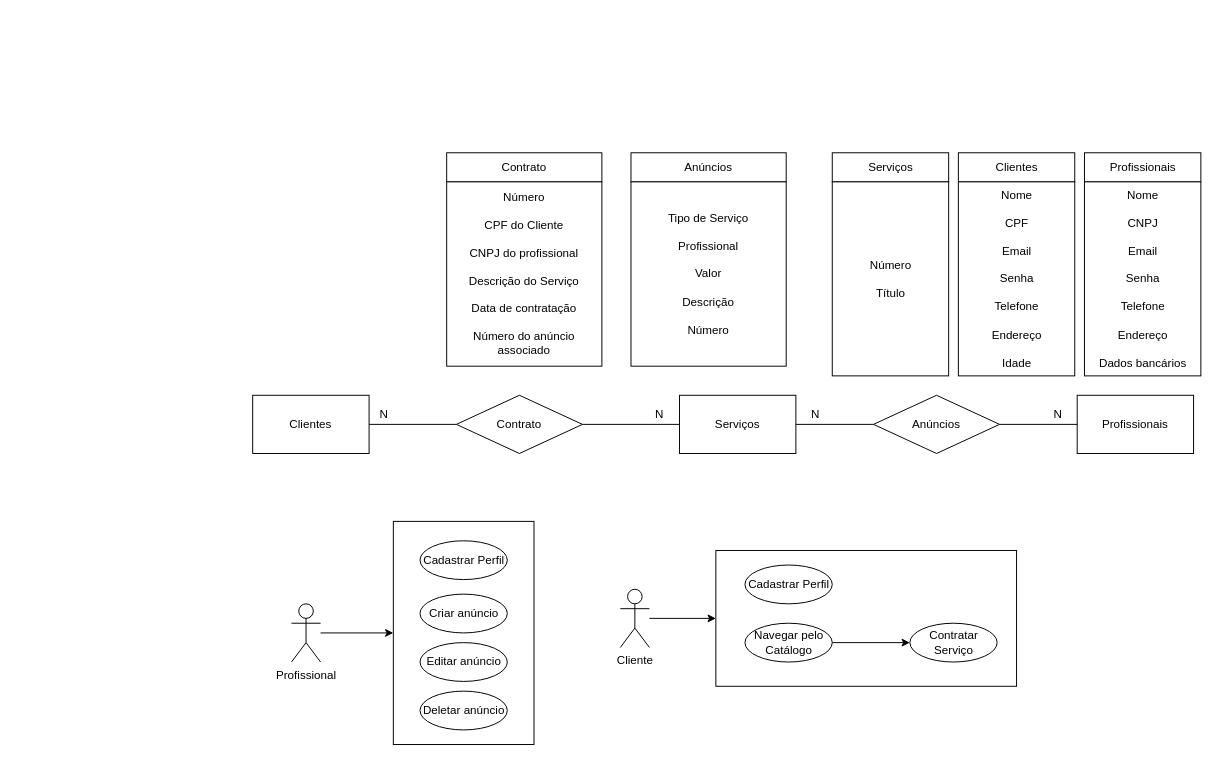
Above: PROJETO_2_WEB/Untitled Diagram.drawio in MAnzolin/FATEC_ADS_NOITE (draw.io), before the change. Source tidied: cells renumbered, new cells numbered last; positions are measured from the earlier drawing's top-left corner, leaving out a move shared by most shapes. Both pictures are drawn from the tidied source at 97%, with x=0, y=0 at pixel (252, 152).
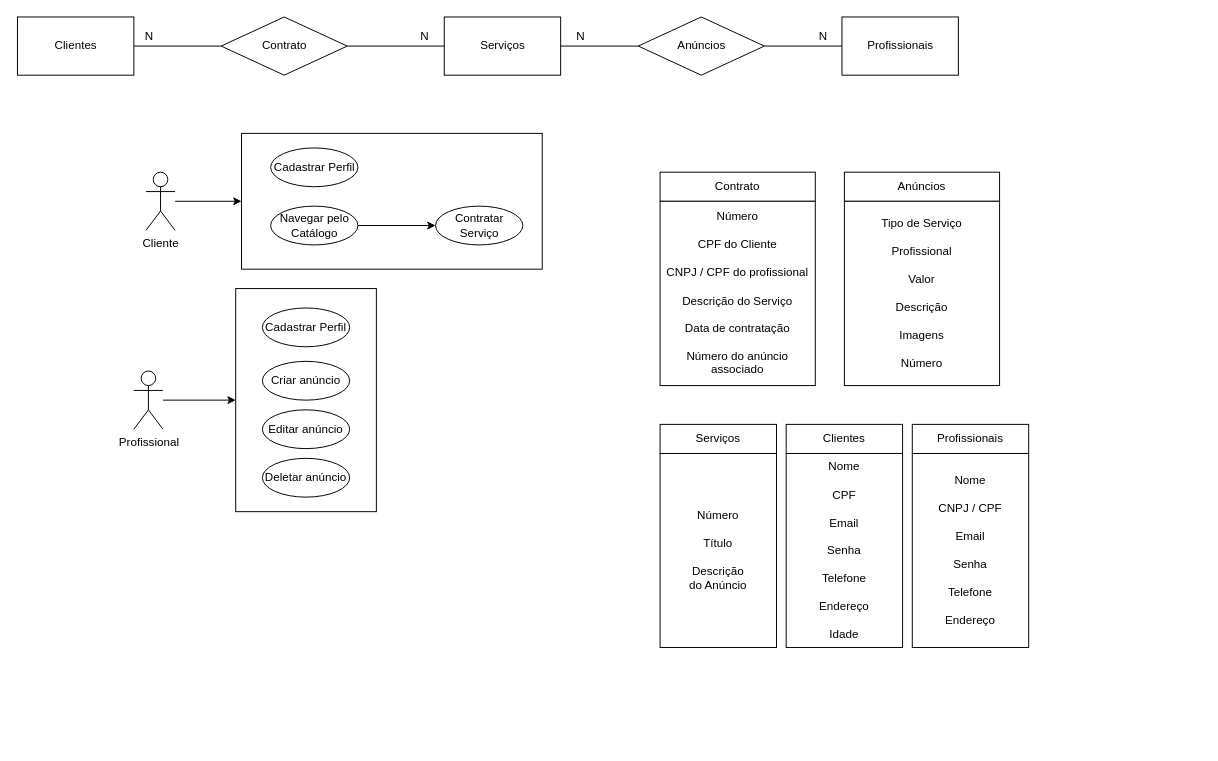
After the change.

What changed in the source:
```diff
@@
-    <mxCell id="2" value="Clientes" style="rounded=0;whiteSpace=wrap;html=1;" parent="1" vertex="1">
-      <mxGeometry x="727.5" width="120" height="30" as="geometry" />
-    </mxCell>
-    <mxCell id="3" style="edgeStyle=orthogonalEdgeStyle;rounded=0;orthogonalLoop=1;jettySize=auto;html=1;exitX=0.5;exitY=1;exitDx=0;exitDy=0;" parent="1" edge="1" source="2" target="2">
-      <mxGeometry relative="1" as="geometry" />
-    </mxCell>
-    <mxCell id="4" value="Nome&lt;br&gt;&lt;br&gt;CPF&lt;br&gt;&lt;br&gt;Email&lt;br&gt;&lt;br&gt;Senha&lt;br&gt;&lt;br&gt;Telefone&lt;br&gt;&lt;br&gt;Endereço&lt;br&gt;&lt;br&gt;Idade" style="rounded=0;whiteSpace=wrap;html=1;" parent="1" vertex="1">
-      <mxGeometry x="727.5" y="30" width="120" height="200" as="geometry" />
-    </mxCell>
-    <mxCell id="5" value="Profissionais" style="rounded=0;whiteSpace=wrap;html=1;" parent="1" vertex="1">
-      <mxGeometry x="857.5" width="120" height="30" as="geometry" />
-    </mxCell>
-    <mxCell id="6" value="Nome&lt;br&gt;&lt;br&gt;CNPJ&lt;br&gt;&lt;br&gt;Email&lt;br&gt;&lt;br&gt;Senha&lt;br&gt;&lt;br&gt;Telefone&lt;br&gt;&lt;br&gt;Endereço&lt;br&gt;&lt;br&gt;Dados bancários" style="rounded=0;whiteSpace=wrap;html=1;" parent="1" vertex="1">
-      <mxGeometry x="857.5" y="30" width="120" height="200" as="geometry" />
-    </mxCell>
-    <mxCell id="7" value="Serviços" style="rounded=0;whiteSpace=wrap;html=1;" parent="1" vertex="1">
-      <mxGeometry x="597.5" width="120" height="30" as="geometry" />
-    </mxCell>
-    <mxCell id="8" style="edgeStyle=orthogonalEdgeStyle;rounded=0;orthogonalLoop=1;jettySize=auto;html=1;exitX=0.5;exitY=1;exitDx=0;exitDy=0;" parent="1" edge="1" source="7" target="7">
-      <mxGeometry relative="1" as="geometry" />
-    </mxCell>
-    <mxCell id="9" value="Número&lt;br&gt;&lt;br&gt;Título" style="rounded=0;whiteSpace=wrap;html=1;" parent="1" vertex="1">
-      <mxGeometry x="597.5" y="30" width="120" height="200" as="geometry" />
-    </mxCell>
-    <mxCell id="10" style="edgeStyle=orthogonalEdgeStyle;rounded=0;orthogonalLoop=1;jettySize=auto;html=1;exitX=0.5;exitY=1;exitDx=0;exitDy=0;" parent="1" edge="1">
-      <mxGeometry relative="1" as="geometry">
-        <mxPoint x="520" y="30" as="sourcePoint" />
-        <mxPoint x="520" y="30" as="targetPoint" />
-      </mxGeometry>
-    </mxCell>
-    <mxCell id="11" value="Anúncios" style="rounded=0;whiteSpace=wrap;html=1;" parent="1" vertex="1">
-      <mxGeometry x="390" width="160" height="30" as="geometry" />
-    </mxCell>
-    <mxCell id="12" style="edgeStyle=orthogonalEdgeStyle;rounded=0;orthogonalLoop=1;jettySize=auto;html=1;exitX=0.5;exitY=1;exitDx=0;exitDy=0;" parent="1" edge="1" source="11" target="11">
-      <mxGeometry relative="1" as="geometry" />
-    </mxCell>
-    <mxCell id="13" value="Tipo de Serviço&lt;br&gt;&lt;br&gt;Profissional&lt;br&gt;&lt;br&gt;Valor&lt;br&gt;&lt;br&gt;Descrição&lt;br&gt;&lt;br&gt;Número" style="rounded=0;whiteSpace=wrap;html=1;" parent="1" vertex="1">
-      <mxGeometry x="390" y="30" width="160" height="190" as="geometry" />
-    </mxCell>
-    <mxCell id="14" value="Contrato" style="rounded=0;whiteSpace=wrap;html=1;" parent="1" vertex="1">
-      <mxGeometry x="200" width="160" height="30" as="geometry" />
-    </mxCell>
-    <mxCell id="15" value="Número&lt;br&gt;&lt;br&gt;CPF do Cliente&lt;br&gt;&lt;br&gt;CNPJ do profissional&lt;br&gt;&lt;br&gt;Descrição do Serviço&lt;br&gt;&lt;br&gt;Data de contratação&lt;br&gt;&lt;br&gt;Número do anúncio associado" style="rounded=0;whiteSpace=wrap;html=1;" parent="1" vertex="1">
-      <mxGeometry x="200" y="30" width="160" height="190" as="geometry" />
-    </mxCell>
     <mxCell id="16" value="Serviços" style="rounded=0;whiteSpace=wrap;html=1;" parent="1" vertex="1">
-      <mxGeometry x="440" y="250" width="120" height="60" as="geometry" />
+      <mxGeometry x="197.5" y="-140" width="120" height="60" as="geometry" />
     </mxCell>
     <mxCell id="17" value="Profissionais" style="rounded=0;whiteSpace=wrap;html=1;" parent="1" vertex="1">
-      <mxGeometry x="850" y="250" width="120" height="60" as="geometry" />
+      <mxGeometry x="607.5" y="-140" width="120" height="60" as="geometry" />
     </mxCell>
@@
     <mxCell id="19" value="Anúncios" style="rhombus;whiteSpace=wrap;html=1;" parent="1" vertex="1">
-      <mxGeometry x="640" y="250" width="130" height="60" as="geometry" />
+      <mxGeometry x="397.5" y="-140" width="130" height="60" as="geometry" />
     </mxCell>
@@
     <mxCell id="21" value="N" style="text;html=1;align=center;verticalAlign=middle;strokeColor=none;" parent="1" vertex="1">
-      <mxGeometry x="570" y="260" width="20" height="20" as="geometry" />
+      <mxGeometry x="327.5" y="-130" width="20" height="20" as="geometry" />
     </mxCell>
     <mxCell id="22" value="N" style="text;html=1;align=center;verticalAlign=middle;strokeColor=none;" parent="1" vertex="1">
-      <mxGeometry x="820" y="260" width="20" height="20" as="geometry" />
+      <mxGeometry x="577.5" y="-130" width="20" height="20" as="geometry" />
     </mxCell>
-    <mxCell id="23" style="edgeStyle=orthogonalEdgeStyle;rounded=0;jettySize=auto;html=1;" parent="1" edge="1" source="24" target="25">
-      <mxGeometry relative="1" as="geometry" />
-    </mxCell>
-    <mxCell id="24" value="Profissional" style="shape=umlActor;verticalLabelPosition=bottom;verticalAlign=top;html=1;outlineConnect=0;" parent="1" vertex="1">
-      <mxGeometry x="40" y="465" width="30" height="60" as="geometry" />
-    </mxCell>
-    <mxCell id="25" style="rounded=0;whiteSpace=wrap;html=1;" parent="1" vertex="1">
-      <mxGeometry x="145" y="380" width="145" height="230" as="geometry" />
-    </mxCell>
@@
     <mxCell id="27" value="Contrato" style="rhombus;whiteSpace=wrap;html=1;" parent="1" vertex="1">
-      <mxGeometry x="210" y="250" width="130" height="60" as="geometry" />
+      <mxGeometry x="-32.5" y="-140" width="130" height="60" as="geometry" />
     </mxCell>
@@
     <mxCell id="29" value="Clientes" style="rounded=0;whiteSpace=wrap;html=1;" parent="1" vertex="1">
-      <mxGeometry y="250" width="120" height="60" as="geometry" />
+      <mxGeometry x="-242.5" y="-140" width="120" height="60" as="geometry" />
     </mxCell>
     <mxCell id="30" value="N" style="text;html=1;align=center;verticalAlign=middle;strokeColor=none;" parent="1" vertex="1">
-      <mxGeometry x="409" y="260" width="20" height="20" as="geometry" />
+      <mxGeometry x="166.5" y="-130" width="20" height="20" as="geometry" />
     </mxCell>
     <mxCell id="31" value="N" style="text;html=1;align=center;verticalAlign=middle;strokeColor=none;" parent="1" vertex="1">
-      <mxGeometry x="125" y="260" width="20" height="20" as="geometry" />
+      <mxGeometry x="-117.5" y="-130" width="20" height="20" as="geometry" />
     </mxCell>
-    <mxCell id="32" value="Cadastrar Perfil" style="ellipse;whiteSpace=wrap;html=1;" parent="1" vertex="1">
-      <mxGeometry x="172.5" y="400" width="90" height="40" as="geometry" />
-    </mxCell>
+    <mxCell id="2" value="Clientes" style="rounded=0;whiteSpace=wrap;html=1;" parent="1" vertex="1">
+      <mxGeometry x="550" y="280" width="120" height="30" as="geometry" />
+    </mxCell>
+    <mxCell id="3" style="edgeStyle=orthogonalEdgeStyle;rounded=0;orthogonalLoop=1;jettySize=auto;html=1;exitX=0.5;exitY=1;exitDx=0;exitDy=0;" parent="1" edge="1" source="2" target="2">
+      <mxGeometry relative="1" as="geometry" />
+    </mxCell>
+    <mxCell id="4" value="Nome&lt;br&gt;&lt;br&gt;CPF&lt;br&gt;&lt;br&gt;Email&lt;br&gt;&lt;br&gt;Senha&lt;br&gt;&lt;br&gt;Telefone&lt;br&gt;&lt;br&gt;Endereço&lt;br&gt;&lt;br&gt;Idade" style="rounded=0;whiteSpace=wrap;html=1;" parent="1" vertex="1">
+      <mxGeometry x="550" y="310" width="120" height="200" as="geometry" />
+    </mxCell>
+    <mxCell id="5" value="Profissionais" style="rounded=0;whiteSpace=wrap;html=1;" parent="1" vertex="1">
+      <mxGeometry x="680" y="280" width="120" height="30" as="geometry" />
+    </mxCell>
+    <mxCell id="43" value="Nome&lt;br&gt;&lt;br&gt;CNPJ / CPF&lt;br&gt;&lt;br&gt;Email&lt;br&gt;&lt;br&gt;Senha&lt;br&gt;&lt;br&gt;Telefone&lt;br&gt;&lt;br&gt;Endereço" style="rounded=0;whiteSpace=wrap;html=1;" parent="1" vertex="1">
+      <mxGeometry x="680" y="310" width="120" height="200" as="geometry" />
+    </mxCell>
+    <mxCell id="7" value="Serviços" style="rounded=0;whiteSpace=wrap;html=1;" parent="1" vertex="1">
+      <mxGeometry x="420" y="280" width="120" height="30" as="geometry" />
+    </mxCell>
+    <mxCell id="8" style="edgeStyle=orthogonalEdgeStyle;rounded=0;orthogonalLoop=1;jettySize=auto;html=1;exitX=0.5;exitY=1;exitDx=0;exitDy=0;" parent="1" edge="1" source="7" target="7">
+      <mxGeometry relative="1" as="geometry" />
+    </mxCell>
+    <mxCell id="44" value="Número&lt;br&gt;&lt;br&gt;Título&lt;br&gt;&lt;br&gt;Descrição &lt;br&gt;do Anúncio" style="rounded=0;whiteSpace=wrap;html=1;" parent="1" vertex="1">
+      <mxGeometry x="420" y="310" width="120" height="200" as="geometry" />
+    </mxCell>
+    <mxCell id="45" style="edgeStyle=orthogonalEdgeStyle;rounded=0;jettySize=auto;html=1;" parent="1" edge="1" source="24" target="46">
+      <mxGeometry relative="1" as="geometry" />
+    </mxCell>
+    <mxCell id="24" value="Profissional" style="shape=umlActor;verticalLabelPosition=bottom;verticalAlign=top;html=1;outlineConnect=0;" parent="1" vertex="1">
+      <mxGeometry x="-122.5" y="225" width="30" height="60" as="geometry" />
+    </mxCell>
+    <mxCell id="46" style="rounded=0;whiteSpace=wrap;html=1;" parent="1" vertex="1">
+      <mxGeometry x="-17.5" y="140" width="145" height="230" as="geometry" />
+    </mxCell>
+    <mxCell id="47" value="Cadastrar Perfil" style="ellipse;whiteSpace=wrap;html=1;" parent="1" vertex="1">
+      <mxGeometry x="10" y="160" width="90" height="40" as="geometry" />
+    </mxCell>
     <mxCell id="33" value="Criar anúncio" style="ellipse;whiteSpace=wrap;html=1;" parent="1" vertex="1">
-      <mxGeometry x="172.5" y="455" width="90" height="40" as="geometry" />
+      <mxGeometry x="10" y="215" width="90" height="40" as="geometry" />
     </mxCell>
     <mxCell id="34" value="Deletar anúncio" style="ellipse;whiteSpace=wrap;html=1;" parent="1" vertex="1">
-      <mxGeometry x="172.5" y="555" width="90" height="40" as="geometry" />
+      <mxGeometry x="10" y="315" width="90" height="40" as="geometry" />
     </mxCell>
     <mxCell id="35" value="Editar anúncio" style="ellipse;whiteSpace=wrap;html=1;" parent="1" vertex="1">
-      <mxGeometry x="172.5" y="505" width="90" height="40" as="geometry" />
+      <mxGeometry x="10" y="265" width="90" height="40" as="geometry" />
     </mxCell>
-    <mxCell id="36" style="edgeStyle=orthogonalEdgeStyle;rounded=0;jettySize=auto;html=1;" parent="1" edge="1" source="37" target="38">
-      <mxGeometry relative="1" as="geometry" />
-    </mxCell>
+    <mxCell id="48" style="edgeStyle=orthogonalEdgeStyle;rounded=0;jettySize=auto;html=1;" parent="1" edge="1" source="37" target="49">
+      <mxGeometry relative="1" as="geometry" />
+    </mxCell>
     <mxCell id="37" value="Cliente" style="shape=umlActor;verticalLabelPosition=bottom;verticalAlign=top;html=1;outlineConnect=0;" parent="1" vertex="1">
-      <mxGeometry x="379" y="450" width="30" height="60" as="geometry" />
+      <mxGeometry x="-110" y="20" width="30" height="60" as="geometry" />
     </mxCell>
-    <mxCell id="38" style="rounded=0;whiteSpace=wrap;html=1;" parent="1" vertex="1">
-      <mxGeometry x="477.5" y="410" width="310" height="140" as="geometry" />
-    </mxCell>
-    <mxCell id="39" value="Cadastrar Perfil" style="ellipse;whiteSpace=wrap;html=1;" parent="1" vertex="1">
-      <mxGeometry x="507.5" y="425" width="90" height="40" as="geometry" />
-    </mxCell>
+    <mxCell id="49" style="rounded=0;whiteSpace=wrap;html=1;" parent="1" vertex="1">
+      <mxGeometry x="-11.5" y="-20" width="310" height="140" as="geometry" />
+    </mxCell>
+    <mxCell id="50" value="Cadastrar Perfil" style="ellipse;whiteSpace=wrap;html=1;" parent="1" vertex="1">
+      <mxGeometry x="18.5" y="-5" width="90" height="40" as="geometry" />
+    </mxCell>
@@
     <mxCell id="41" value="Navegar pelo Catálogo" style="ellipse;whiteSpace=wrap;html=1;" parent="1" vertex="1">
-      <mxGeometry x="507.5" y="485" width="90" height="40" as="geometry" />
+      <mxGeometry x="18.5" y="55" width="90" height="40" as="geometry" />
     </mxCell>
     <mxCell id="42" value="Contratar&lt;br&gt;Serviço" style="ellipse;whiteSpace=wrap;html=1;" parent="1" vertex="1">
-      <mxGeometry x="677.5" y="485" width="90" height="40" as="geometry" />
+      <mxGeometry x="188.5" y="55" width="90" height="40" as="geometry" />
     </mxCell>
+    <mxCell id="51" style="edgeStyle=orthogonalEdgeStyle;rounded=0;orthogonalLoop=1;jettySize=auto;html=1;exitX=0.5;exitY=1;exitDx=0;exitDy=0;" parent="1" edge="1">
+      <mxGeometry relative="1" as="geometry">
+        <mxPoint x="740" y="50" as="sourcePoint" />
+        <mxPoint x="740" y="50" as="targetPoint" />
+      </mxGeometry>
+    </mxCell>
+    <mxCell id="11" value="Anúncios" style="rounded=0;whiteSpace=wrap;html=1;" parent="1" vertex="1">
+      <mxGeometry x="610" y="20" width="160" height="30" as="geometry" />
+    </mxCell>
+    <mxCell id="12" style="edgeStyle=orthogonalEdgeStyle;rounded=0;orthogonalLoop=1;jettySize=auto;html=1;exitX=0.5;exitY=1;exitDx=0;exitDy=0;" parent="1" edge="1" source="11" target="11">
+      <mxGeometry relative="1" as="geometry" />
+    </mxCell>
+    <mxCell id="52" value="Tipo de Serviço&lt;br&gt;&lt;br&gt;Profissional&lt;br&gt;&lt;br&gt;Valor&lt;br&gt;&lt;br&gt;Descrição&lt;br&gt;&lt;br&gt;Imagens&lt;br&gt;&lt;br&gt;Número" style="rounded=0;whiteSpace=wrap;html=1;" parent="1" vertex="1">
+      <mxGeometry x="610" y="50" width="160" height="190" as="geometry" />
+    </mxCell>
+    <mxCell id="14" value="Contrato" style="rounded=0;whiteSpace=wrap;html=1;" parent="1" vertex="1">
+      <mxGeometry x="420" y="20" width="160" height="30" as="geometry" />
+    </mxCell>
+    <mxCell id="53" value="Número&lt;br&gt;&lt;br&gt;CPF do Cliente&lt;br&gt;&lt;br&gt;CNPJ / CPF do profissional&lt;br&gt;&lt;br&gt;Descrição do Serviço&lt;br&gt;&lt;br&gt;Data de contratação&lt;br&gt;&lt;br&gt;Número do anúncio associado" style="rounded=0;whiteSpace=wrap;html=1;" parent="1" vertex="1">
+      <mxGeometry x="420" y="50" width="160" height="190" as="geometry" />
+    </mxCell>
```
